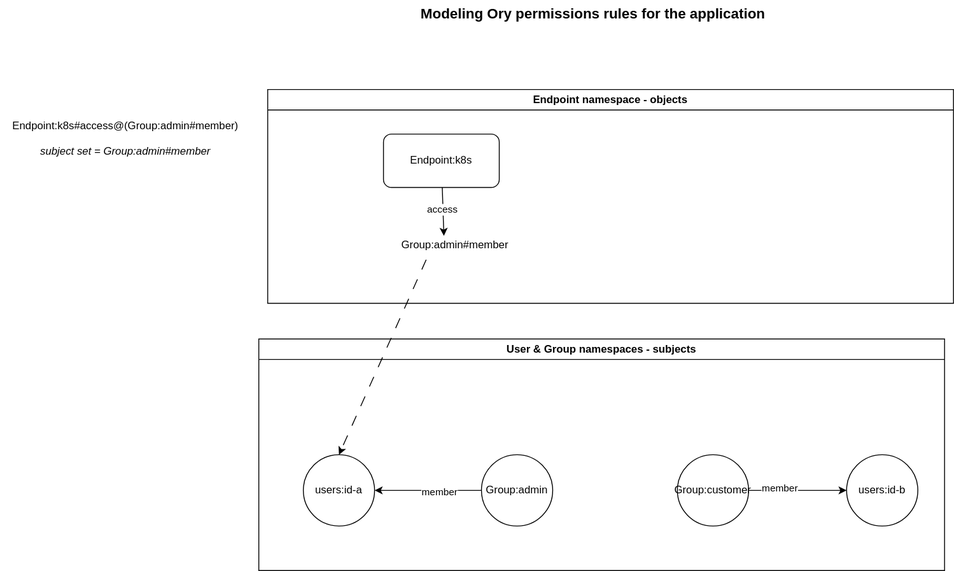
Earlier version of the draw.io export docs/keto-permission-rules.drawio.svg (szn-app/donation-app). Source tidied: cells renumbered, new cells last; positions are measured from the earlier drawing's top-left corner, leaving out a move shared by most shapes.
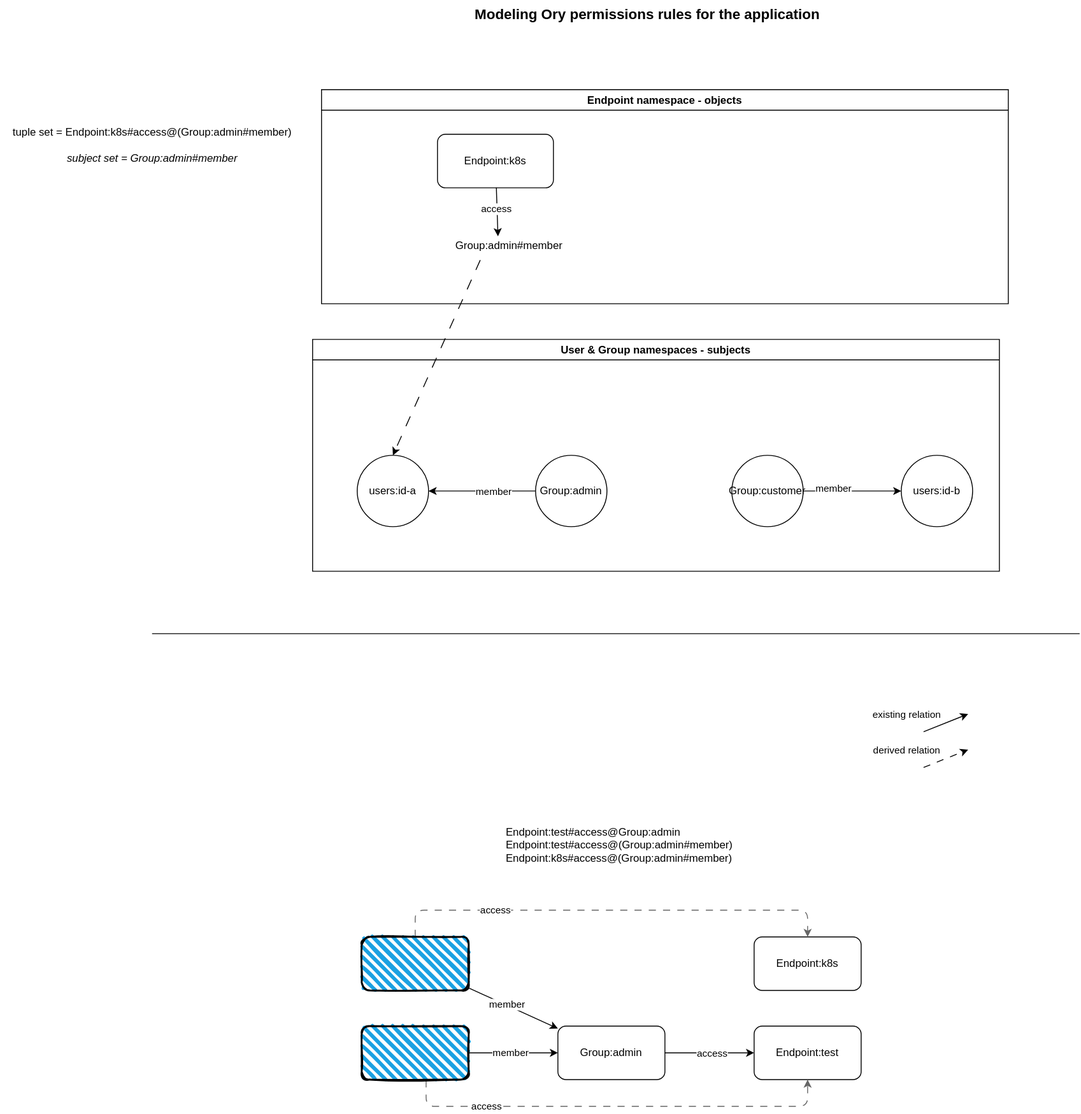
Later version of the same file.

Commit message:
test: manual test of permission check for graphql resolvers

What changed in the source:
```diff
@@ -50,8 +50,98 @@
     <mxCell id="17" style="edgeStyle=none;html=1;entryX=0.5;entryY=0;entryDx=0;entryDy=0;dashed=1;dashPattern=12 12;exitX=0.271;exitY=1.037;exitDx=0;exitDy=0;exitPerimeter=0;" parent="1" edge="1" source="4" target="8">
       <mxGeometry relative="1" as="geometry" />
     </mxCell>
-    <mxCell id="18" value="&lt;span style=&quot;color: rgb(0, 0, 0);&quot;&gt;Endpoint:k8s#access@(Group:admin#member)&lt;br&gt;&lt;br&gt;&lt;i&gt;subject set = Group:admin#member&lt;/i&gt;&lt;/span&gt;" style="text;html=1;align=center;verticalAlign=middle;strokeColor=none;fillColor=none;" parent="1" vertex="1">
-      <mxGeometry y="125" width="280" height="60" as="geometry" />
+    <mxCell id="18" value="&lt;span style=&quot;color: rgb(0, 0, 0);&quot;&gt;&lt;br&gt;tuple set = Endpoint:k8s#access@(Group:admin#member)&lt;br&gt;&lt;br&gt;&lt;i&gt;subject set = Group:admin#member&lt;/i&gt;&lt;/span&gt;" style="text;html=1;align=center;verticalAlign=middle;strokeColor=none;fillColor=none;" parent="1" vertex="1">
+      <mxGeometry x="-60" y="120" width="340" height="70" as="geometry" />
     </mxCell>
+    <mxCell id="19" value="Endpoint:test#access@Group:admin&#10;Endpoint:test#access@(Group:admin#member)&#10;Endpoint:k8s#access@(Group:admin#member)" style="text;whiteSpace=wrap;fontStyle=0;" parent="1" vertex="1">
+      <mxGeometry x="505" y="919" width="290" height="70" as="geometry" />
+    </mxCell>
+    <mxCell id="20" style="edgeStyle=none;html=1;" parent="1" edge="1" source="22" target="23">
+      <mxGeometry relative="1" as="geometry" />
+    </mxCell>
+    <mxCell id="21" value="access" style="edgeLabel;html=1;align=center;verticalAlign=middle;" parent="20" vertex="1">
+      <mxGeometry x="0.05" y="-1" relative="1" as="geometry" />
+    </mxCell>
+    <mxCell id="22" value="Group:admin" style="rounded=1;whiteSpace=wrap;html=1;" parent="1" vertex="1">
+      <mxGeometry x="565" y="1150" width="120" height="60" as="geometry" />
+    </mxCell>
+    <mxCell id="23" value="Endpoint:test" style="rounded=1;whiteSpace=wrap;html=1;" parent="1" vertex="1">
+      <mxGeometry x="785" y="1150" width="120" height="60" as="geometry" />
+    </mxCell>
+    <mxCell id="24" style="edgeStyle=none;html=1;entryX=0;entryY=0.5;entryDx=0;entryDy=0;exitX=1;exitY=0.5;exitDx=0;exitDy=0;" parent="1" edge="1" source="28" target="22">
+      <mxGeometry relative="1" as="geometry" />
+    </mxCell>
+    <mxCell id="25" value="member" style="edgeLabel;html=1;align=center;verticalAlign=middle;" parent="24" vertex="1">
+      <mxGeometry x="-0.32" relative="1" as="geometry">
+        <mxPoint x="13" as="offset" />
+      </mxGeometry>
+    </mxCell>
+    <mxCell id="26" style="edgeStyle=elbowEdgeStyle;html=1;entryX=0.5;entryY=1;entryDx=0;entryDy=0;elbow=vertical;exitX=0.602;exitY=1.012;exitDx=0;exitDy=0;exitPerimeter=0;dashed=1;dashPattern=8 8;fillColor=#f5f5f5;strokeColor=#666666;" parent="1" edge="1" source="28" target="23">
+      <mxGeometry relative="1" as="geometry">
+        <Array as="points">
+          <mxPoint x="625" y="1240" />
+        </Array>
+      </mxGeometry>
+    </mxCell>
+    <mxCell id="27" value="access" style="edgeLabel;html=1;align=center;verticalAlign=middle;" parent="26" vertex="1">
+      <mxGeometry x="-0.06" y="-2" relative="1" as="geometry">
+        <mxPoint x="-133" y="-2" as="offset" />
+      </mxGeometry>
+    </mxCell>
+    <mxCell id="28" style="rounded=1;whiteSpace=wrap;html=1;strokeWidth=2;fillWeight=4;hachureGap=8;hachureAngle=45;fillColor=#1ba1e2;sketch=1;" parent="1" vertex="1">
+      <mxGeometry x="345" y="1150" width="120" height="60" as="geometry" />
+    </mxCell>
+    <mxCell id="29" value="Endpoint:k8s" style="rounded=1;whiteSpace=wrap;html=1;" parent="1" vertex="1">
+      <mxGeometry x="785" y="1050" width="120" height="60" as="geometry" />
+    </mxCell>
+    <mxCell id="30" style="edgeStyle=none;html=1;" parent="1" edge="1" source="34" target="22">
+      <mxGeometry relative="1" as="geometry" />
+    </mxCell>
+    <mxCell id="31" value="member" style="edgeLabel;html=1;align=center;verticalAlign=middle;" parent="30" vertex="1">
+      <mxGeometry x="-0.16" y="1" relative="1" as="geometry" />
+    </mxCell>
+    <mxCell id="32" style="edgeStyle=elbowEdgeStyle;html=1;flowAnimation=0;elbow=vertical;dashed=1;dashPattern=8 8;fillColor=#f5f5f5;strokeColor=#666666;" parent="1" edge="1" source="34" target="29">
+      <mxGeometry relative="1" as="geometry">
+        <Array as="points">
+          <mxPoint x="625" y="1020" />
+        </Array>
+      </mxGeometry>
+    </mxCell>
+    <mxCell id="33" value="access" style="edgeLabel;html=1;align=center;verticalAlign=middle;" parent="32" vertex="1">
+      <mxGeometry x="-0.06" y="-2" relative="1" as="geometry">
+        <mxPoint x="-114" y="-2" as="offset" />
+      </mxGeometry>
+    </mxCell>
+    <mxCell id="34" style="rounded=1;whiteSpace=wrap;html=1;strokeWidth=2;fillWeight=4;hachureGap=8;hachureAngle=45;fillColor=#1ba1e2;sketch=1;" parent="1" vertex="1">
+      <mxGeometry x="345" y="1050" width="120" height="60" as="geometry" />
+    </mxCell>
+    <mxCell id="35" style="edgeStyle=none;orthogonalLoop=1;jettySize=auto;html=1;dashed=1;dashPattern=8 8;" parent="1" edge="1">
+      <mxGeometry relative="1" as="geometry">
+        <mxPoint x="975" y="860" as="sourcePoint" />
+        <mxPoint x="1025" y="840" as="targetPoint" />
+      </mxGeometry>
+    </mxCell>
+    <mxCell id="36" value="derived relation" style="edgeLabel;html=1;align=center;verticalAlign=middle;" parent="35" vertex="1">
+      <mxGeometry x="-0.03" relative="1" as="geometry">
+        <mxPoint x="-44" y="-10" as="offset" />
+      </mxGeometry>
+    </mxCell>
+    <mxCell id="37" style="edgeStyle=none;orthogonalLoop=1;jettySize=auto;html=1;" parent="1" edge="1">
+      <mxGeometry relative="1" as="geometry">
+        <mxPoint x="975" y="820" as="sourcePoint" />
+        <mxPoint x="1025" y="800" as="targetPoint" />
+      </mxGeometry>
+    </mxCell>
+    <mxCell id="38" value="existing relation" style="edgeLabel;html=1;align=center;verticalAlign=middle;" parent="37" vertex="1">
+      <mxGeometry x="-0.03" relative="1" as="geometry">
+        <mxPoint x="-44" y="-10" as="offset" />
+      </mxGeometry>
+    </mxCell>
+    <mxCell id="39" style="endArrow=none;html=1;" parent="1" edge="1">
+      <mxGeometry relative="1" as="geometry">
+        <mxPoint x="110" y="710" as="sourcePoint" />
+        <mxPoint x="1150" y="710" as="targetPoint" />
+      </mxGeometry>
+    </mxCell>
   </root>
 </mxGraphModel>
```
